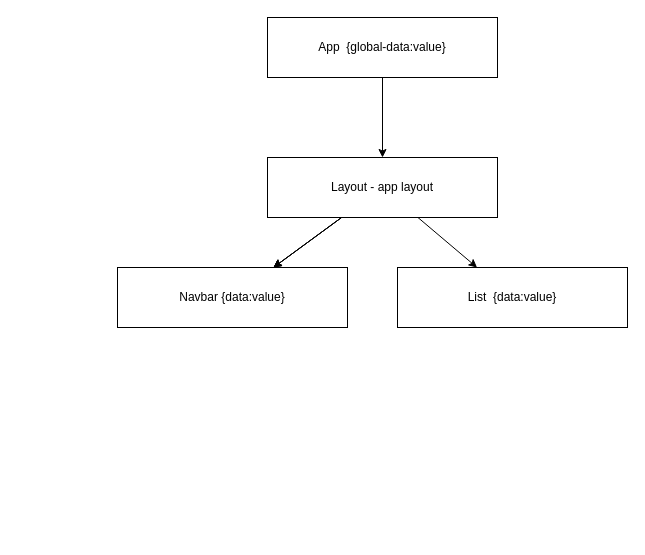
Before: structurre.drawio in ashish-panicker/react-day1, a draw.io diagram. Source tidied: cells renumbered, new cells numbered last; positions are measured from the earlier drawing's top-left corner, leaving out a move shared by most shapes. Both pictures are drawn from the tidied source at 100%, with x=0, y=0 at pixel (117, 17).
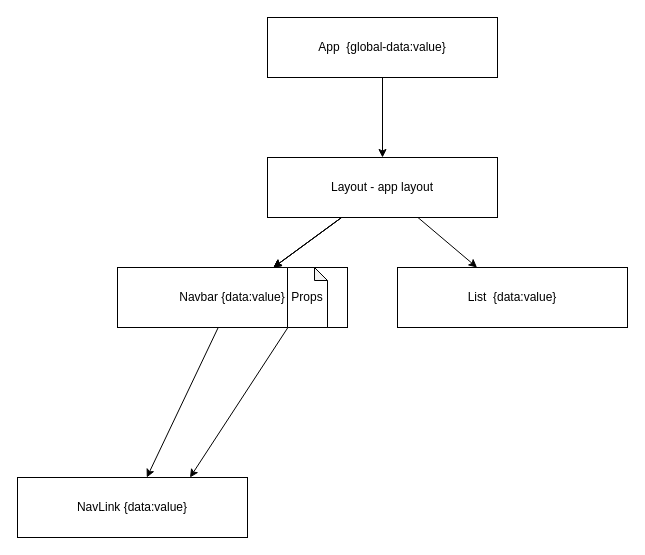
After the change.

What changed in the source:
```diff
@@
 <mxGraphModel>
   <root>
     <mxCell id="0" />
     <mxCell id="1" parent="0" />
     <mxCell id="2" style="edgeStyle=none;html=1;" parent="1" edge="1" source="3" target="8">
       <mxGeometry relative="1" as="geometry" />
     </mxCell>
     <mxCell id="3" value="App&amp;nbsp;&amp;nbsp;{global-data:value}" style="rounded=0;whiteSpace=wrap;html=1;" parent="1" vertex="1">
       <mxGeometry x="150" width="230" height="60" as="geometry" />
     </mxCell>
     <mxCell id="4" style="edgeStyle=none;html=1;" parent="1" edge="1" source="8" target="9">
       <mxGeometry relative="1" as="geometry" />
     </mxCell>
     <mxCell id="5" style="edgeStyle=none;html=1;" parent="1" edge="1" source="8" target="9">
       <mxGeometry relative="1" as="geometry" />
     </mxCell>
     <mxCell id="6" style="edgeStyle=none;html=1;" parent="1" edge="1" source="8" target="9">
       <mxGeometry relative="1" as="geometry" />
     </mxCell>
     <mxCell id="7" style="edgeStyle=none;html=1;" parent="1" edge="1" source="8" target="10">
       <mxGeometry relative="1" as="geometry" />
     </mxCell>
     <mxCell id="8" value="Layout - app layout" style="rounded=0;whiteSpace=wrap;html=1;" parent="1" vertex="1">
       <mxGeometry x="150" y="140" width="230" height="60" as="geometry" />
     </mxCell>
+    <mxCell id="11" style="edgeStyle=none;html=1;" parent="1" edge="1" source="9" target="12">
+      <mxGeometry relative="1" as="geometry" />
+    </mxCell>
     <mxCell id="9" value="Navbar&amp;nbsp;{data:value}" style="rounded=0;whiteSpace=wrap;html=1;" parent="1" vertex="1">
       <mxGeometry y="250" width="230" height="60" as="geometry" />
     </mxCell>
     <mxCell id="10" value="List&amp;nbsp;&amp;nbsp;{data:value}" style="rounded=0;whiteSpace=wrap;html=1;" parent="1" vertex="1">
       <mxGeometry x="280" y="250" width="230" height="60" as="geometry" />
     </mxCell>
+    <mxCell id="12" value="NavLink {data:value}" style="rounded=0;whiteSpace=wrap;html=1;" parent="1" vertex="1">
+      <mxGeometry x="-100" y="460" width="230" height="60" as="geometry" />
+    </mxCell>
+    <mxCell id="13" style="edgeStyle=none;html=1;entryX=0.75;entryY=0;entryDx=0;entryDy=0;" parent="1" edge="1" source="14" target="12">
+      <mxGeometry relative="1" as="geometry" />
+    </mxCell>
+    <mxCell id="14" value="Props" style="shape=note;whiteSpace=wrap;html=1;backgroundOutline=1;darkOpacity=0.05;size=13;" parent="1" vertex="1">
+      <mxGeometry x="170" y="250" width="40" height="60" as="geometry" />
+    </mxCell>
   </root>
 </mxGraphModel>
```
